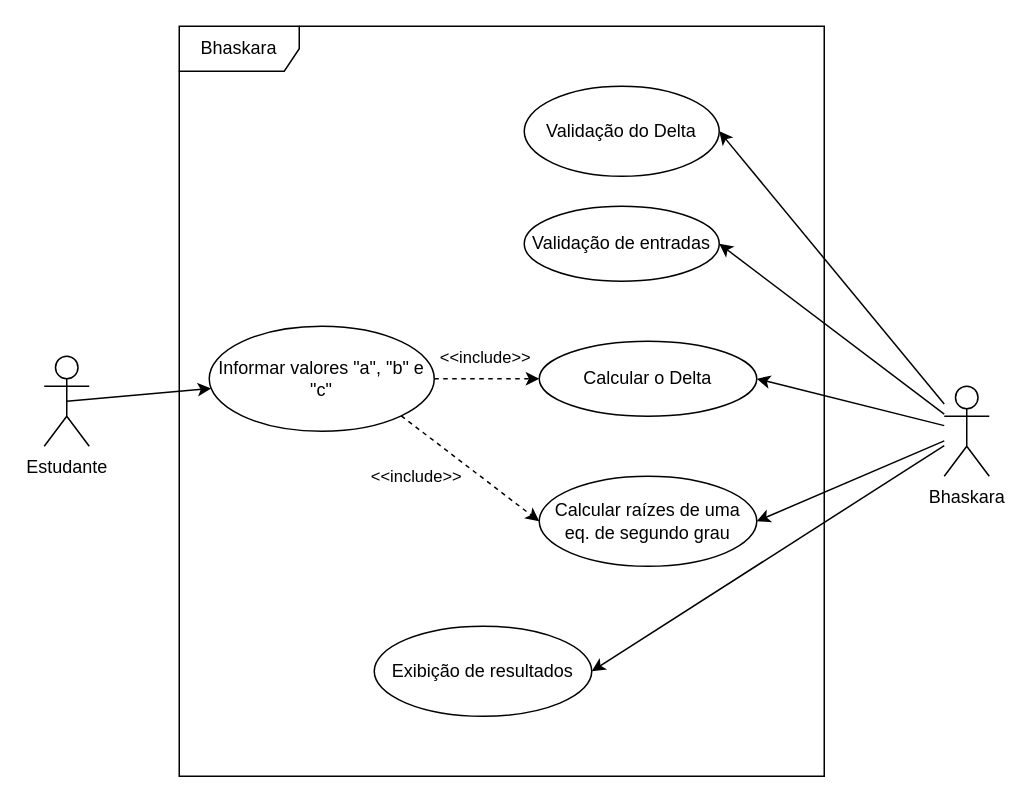
The draw.io diagram Projeto_Bhaskara/documentacao/UML/Casos de Uso/DCU_Bhaskara.drawio in traue/2022-1-segunda_manha, before the edit. Source tidied: cells renumbered, new cells numbered last; positions are measured from the earlier drawing's top-left corner, leaving out a move shared by most shapes. Both pictures are drawn from the tidied source at 150%, with x=0, y=0 at pixel (44, 26).
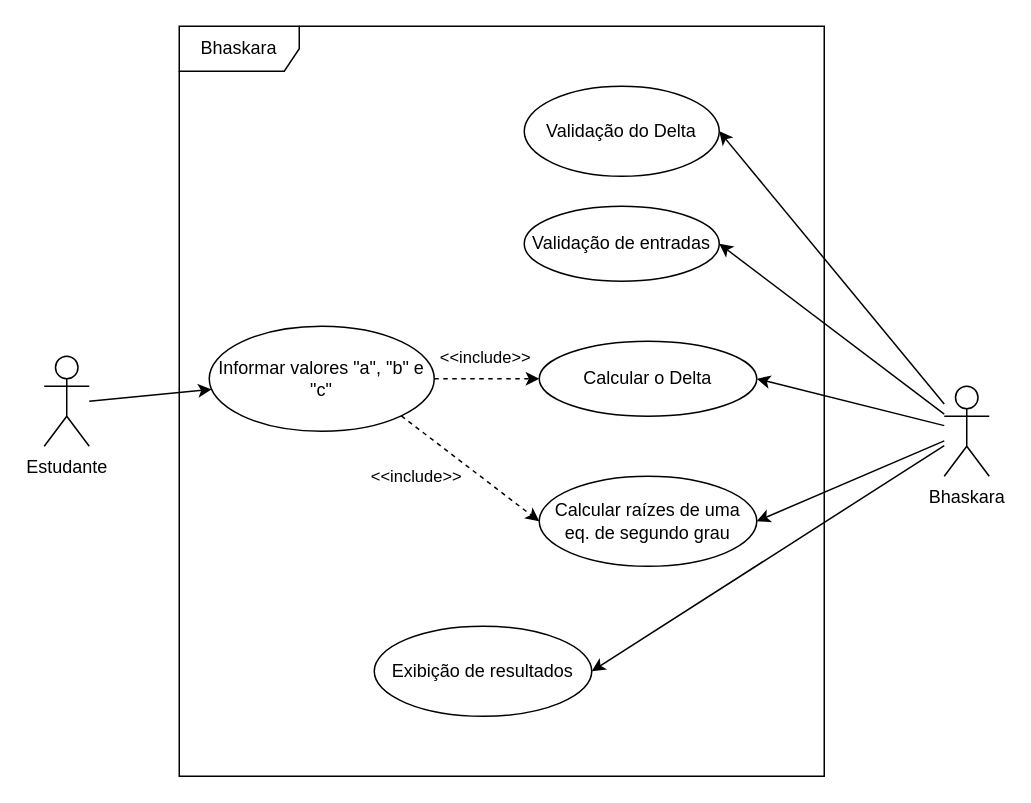
The same diagram, later.

Commit message (it also covers changes not shown here):
Atualização do DCU

The change refers to these unchanged cells:
```xml
<mxCell id="4" value="Estudante" style="shape=umlActor;verticalLabelPosition=bottom;verticalAlign=top;html=1;outlineConnect=0;" parent="1" vertex="1">
  <mxGeometry y="220" width="30" height="60" as="geometry" />
</mxCell>
<mxCell id="7" value="Informar valores &quot;a&quot;, &quot;b&quot; e &quot;c&quot;" style="ellipse;whiteSpace=wrap;html=1;" parent="1" vertex="1">
  <mxGeometry x="110" y="200" width="150" height="70" as="geometry" />
</mxCell>
```

The edit, as a diff of the source:
```diff
@@
-    <mxCell id="3" style="rounded=0;jettySize=auto;html=1;exitX=0.5;exitY=0.5;exitDx=0;exitDy=0;exitPerimeter=0;sourcePerimeterSpacing=0;strokeWidth=1;strokeColor=default;" parent="1" edge="1" source="4" target="7">
-      <mxGeometry relative="1" as="geometry" />
+    <mxCell id="3" style="rounded=0;jettySize=auto;html=1;sourcePerimeterSpacing=0;strokeWidth=1;strokeColor=default;" parent="1" edge="1" target="7">
+      <mxGeometry relative="1" as="geometry">
+        <mxPoint x="30" y="250" as="sourcePoint" />
+      </mxGeometry>
     </mxCell>
```
